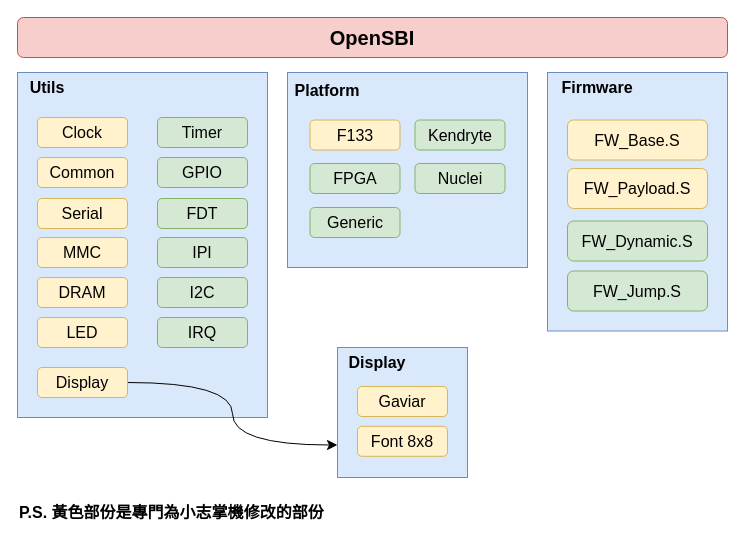
The draw.io diagram drawio/change.drawio in steward-fu/gaviar, before the edit. Source tidied: cells renumbered, new cells numbered last; positions are measured from the earlier drawing's top-left corner, leaving out a move shared by most shapes. Both pictures are drawn from the tidied source at 100%, with x=0, y=0 at pixel (17, 17).
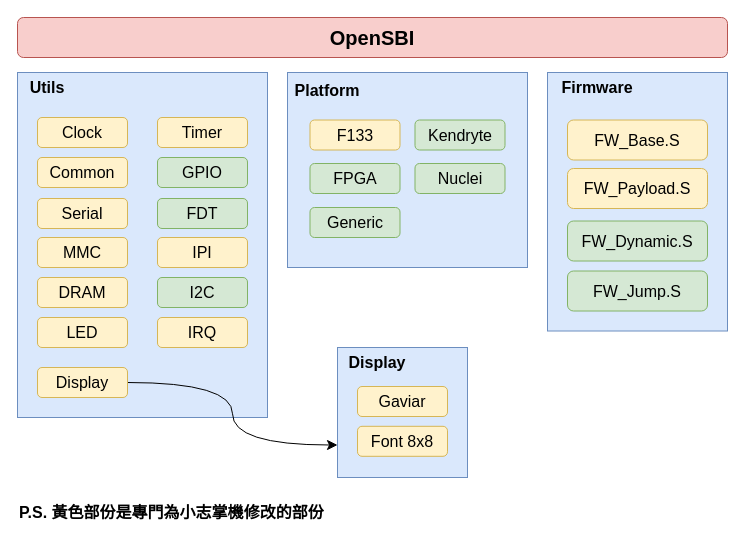
Above is the later version.

Change to the diagram source:
```diff
@@
-    <mxCell id="20" value="&lt;span style=&quot;font-size: 16px;&quot;&gt;IPI&lt;/span&gt;" style="rounded=1;whiteSpace=wrap;html=1;fillColor=#d5e8d4;strokeColor=#82b366;" parent="1" vertex="1">
+    <mxCell id="20" value="&lt;span style=&quot;font-size: 16px;&quot;&gt;IPI&lt;/span&gt;" style="rounded=1;whiteSpace=wrap;html=1;fillColor=#fff2cc;strokeColor=#d6b656;" parent="1" vertex="1">
       <mxGeometry x="140" y="220" width="90" height="30" as="geometry" />
     </mxCell>
-    <mxCell id="21" value="&lt;span style=&quot;font-size: 16px;&quot;&gt;IRQ&lt;/span&gt;" style="rounded=1;whiteSpace=wrap;html=1;fillColor=#d5e8d4;strokeColor=#82b366;" parent="1" vertex="1">
+    <mxCell id="21" value="&lt;span style=&quot;font-size: 16px;&quot;&gt;IRQ&lt;/span&gt;" style="rounded=1;whiteSpace=wrap;html=1;fillColor=#fff2cc;strokeColor=#d6b656;" parent="1" vertex="1">
       <mxGeometry x="140" y="300" width="90" height="30" as="geometry" />
     </mxCell>
@@
-    <mxCell id="24" value="&lt;span style=&quot;font-size: 16px;&quot;&gt;Timer&lt;/span&gt;" style="rounded=1;whiteSpace=wrap;html=1;fillColor=#d5e8d4;strokeColor=#82b366;" parent="1" vertex="1">
+    <mxCell id="24" value="&lt;span style=&quot;font-size: 16px;&quot;&gt;Timer&lt;/span&gt;" style="rounded=1;whiteSpace=wrap;html=1;fillColor=#fff2cc;strokeColor=#d6b656;" parent="1" vertex="1">
       <mxGeometry x="140" y="100" width="90" height="30" as="geometry" />
     </mxCell>
```
